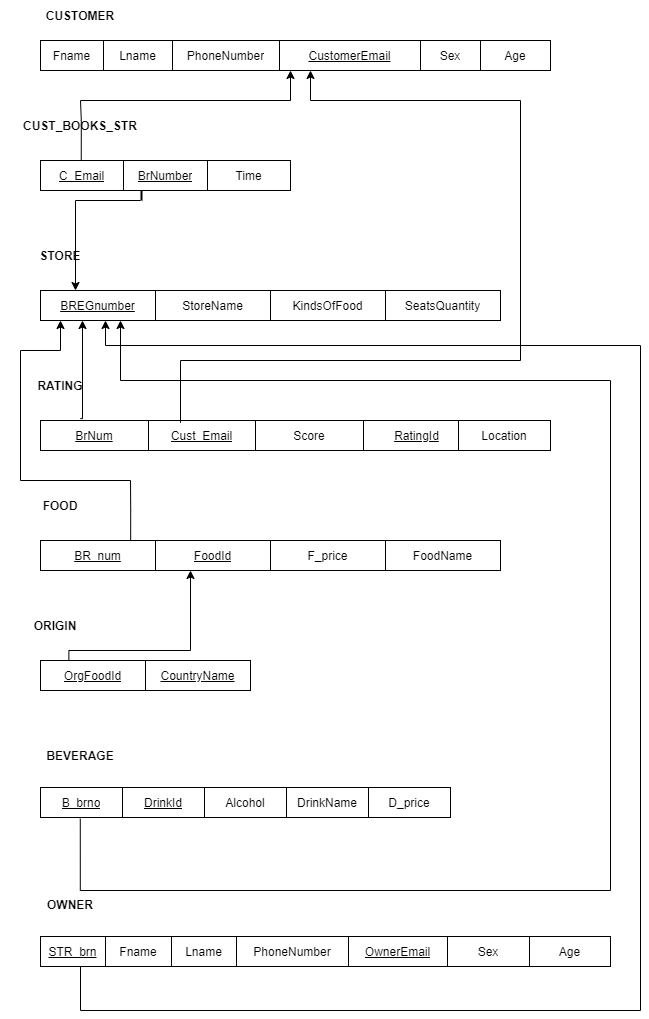
Earlier version of the draw.io export phase2_result/relationalModel.png (JoDongHyuen/KNUDB-20212). Source tidied: cells renumbered, new cells last; positions are measured from the earlier drawing's top-left corner, leaving out a move shared by most shapes.
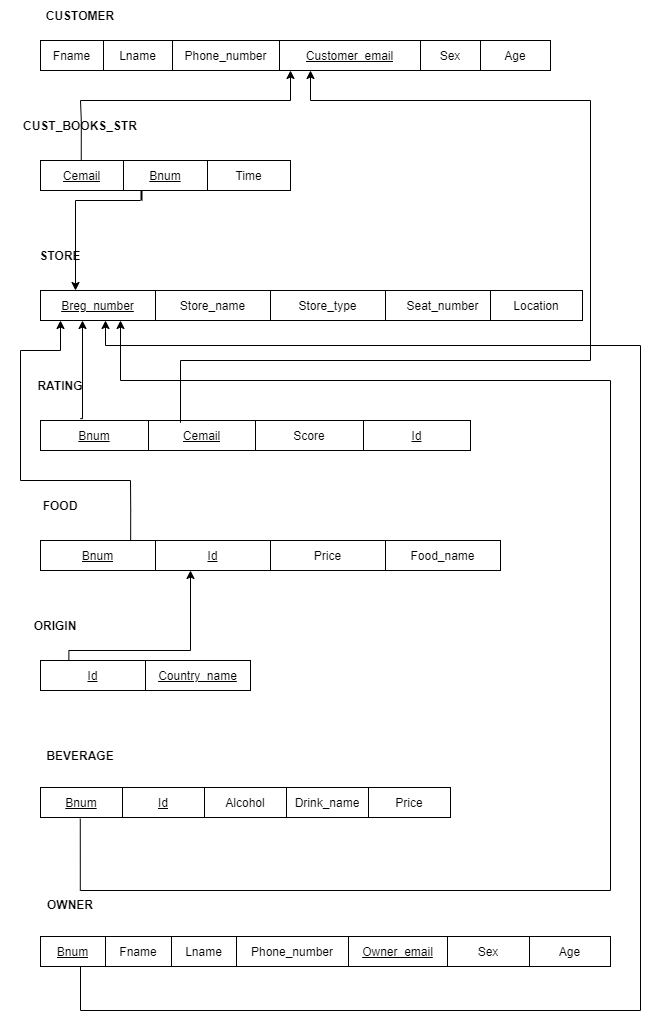
The same diagram one commit later.

Change to the diagram source:
```diff
@@ -17,10 +17,10 @@
     <mxCell id="6" value="Lname" style="shape=partialRectangle;html=1;whiteSpace=wrap;overflow=hidden;fillColor=none;top=0;left=0;bottom=0;right=0;" parent="4" vertex="1">
       <mxGeometry x="63" width="69" height="30" as="geometry" />
     </mxCell>
-    <mxCell id="7" value="PhoneNumber" style="shape=partialRectangle;html=1;whiteSpace=wrap;overflow=hidden;fillColor=none;top=0;left=0;bottom=0;right=0;" parent="4" vertex="1">
+    <mxCell id="7" value="Phone_number" style="shape=partialRectangle;html=1;whiteSpace=wrap;overflow=hidden;fillColor=none;top=0;left=0;bottom=0;right=0;" parent="4" vertex="1">
       <mxGeometry x="132" width="107" height="30" as="geometry" />
     </mxCell>
-    <mxCell id="8" value="CustomerEmail" style="shape=partialRectangle;html=1;whiteSpace=wrap;overflow=hidden;fillColor=none;top=0;left=0;bottom=0;right=0;fontStyle=4;" parent="4" vertex="1">
+    <mxCell id="8" value="Customer_email" style="shape=partialRectangle;html=1;whiteSpace=wrap;overflow=hidden;fillColor=none;top=0;left=0;bottom=0;right=0;fontStyle=4;" parent="4" vertex="1">
       <mxGeometry x="239" width="141" height="30" as="geometry" />
     </mxCell>
     <mxCell id="9" value="Sex" style="shape=partialRectangle;html=1;whiteSpace=wrap;overflow=hidden;fillColor=none;top=0;left=0;bottom=0;right=0;" parent="4" vertex="1">
@@ -38,10 +38,10 @@
     <mxCell id="13" style="shape=partialRectangle;fillColor=none;top=0;left=0;bottom=0;right=0;points=[[0,0.5],[1,0.5]];portConstraint=eastwest;" parent="12" vertex="1">
       <mxGeometry width="250" height="30" as="geometry" />
     </mxCell>
-    <mxCell id="14" value="C_Email" style="shape=partialRectangle;html=1;whiteSpace=wrap;overflow=hidden;fillColor=none;top=0;left=0;bottom=0;right=0;fontStyle=4;" parent="13" vertex="1">
+    <mxCell id="14" value="Cemail" style="shape=partialRectangle;html=1;whiteSpace=wrap;overflow=hidden;fillColor=none;top=0;left=0;bottom=0;right=0;fontStyle=4;" parent="13" vertex="1">
       <mxGeometry width="83" height="30" as="geometry" />
     </mxCell>
-    <mxCell id="15" value="BrNumber" style="shape=partialRectangle;html=1;whiteSpace=wrap;overflow=hidden;fillColor=none;top=0;left=0;bottom=0;right=0;fontStyle=4;" parent="13" vertex="1">
+    <mxCell id="15" value="Bnum" style="shape=partialRectangle;html=1;whiteSpace=wrap;overflow=hidden;fillColor=none;top=0;left=0;bottom=0;right=0;fontStyle=4;" parent="13" vertex="1">
       <mxGeometry x="83" width="84" height="30" as="geometry" />
     </mxCell>
     <mxCell id="16" value="Time" style="shape=partialRectangle;html=1;whiteSpace=wrap;overflow=hidden;fillColor=none;top=0;left=0;bottom=0;right=0;" parent="13" vertex="1">
@@ -53,16 +53,16 @@
     <mxCell id="18" style="shape=partialRectangle;fillColor=none;top=0;left=0;bottom=0;right=0;" parent="17" vertex="1">
       <mxGeometry width="460" height="30" as="geometry" />
     </mxCell>
-    <mxCell id="19" value="BREGnumber" style="shape=partialRectangle;html=1;whiteSpace=wrap;overflow=hidden;fillColor=none;top=0;left=0;bottom=0;right=0;fontStyle=4;" parent="18" vertex="1">
+    <mxCell id="19" value="Breg_number" style="shape=partialRectangle;html=1;whiteSpace=wrap;overflow=hidden;fillColor=none;top=0;left=0;bottom=0;right=0;fontStyle=4;" parent="18" vertex="1">
       <mxGeometry width="115" height="30" as="geometry" />
     </mxCell>
-    <mxCell id="20" value="StoreName" style="shape=partialRectangle;html=1;whiteSpace=wrap;overflow=hidden;fillColor=none;top=0;left=0;bottom=0;right=0;" parent="18" vertex="1">
+    <mxCell id="20" value="Store_name" style="shape=partialRectangle;html=1;whiteSpace=wrap;overflow=hidden;fillColor=none;top=0;left=0;bottom=0;right=0;" parent="18" vertex="1">
       <mxGeometry x="115" width="115" height="30" as="geometry" />
     </mxCell>
-    <mxCell id="21" value="KindsOfFood" style="shape=partialRectangle;html=1;whiteSpace=wrap;overflow=hidden;fillColor=none;top=0;left=0;bottom=0;right=0;" parent="18" vertex="1">
+    <mxCell id="21" value="Store_type" style="shape=partialRectangle;html=1;whiteSpace=wrap;overflow=hidden;fillColor=none;top=0;left=0;bottom=0;right=0;" parent="18" vertex="1">
       <mxGeometry x="230" width="115" height="30" as="geometry" />
     </mxCell>
-    <mxCell id="22" value="SeatsQuantity" style="shape=partialRectangle;html=1;whiteSpace=wrap;overflow=hidden;fillColor=none;top=0;left=0;bottom=0;right=0;" parent="18" vertex="1">
+    <mxCell id="22" value="Seat_number" style="shape=partialRectangle;html=1;whiteSpace=wrap;overflow=hidden;fillColor=none;top=0;left=0;bottom=0;right=0;" parent="18" vertex="1">
       <mxGeometry x="345" width="115" height="30" as="geometry" />
     </mxCell>
     <mxCell id="23" value="STORE" style="text;html=1;strokeColor=none;fillColor=none;align=center;verticalAlign=middle;whiteSpace=wrap;rounded=0;fontStyle=1;" parent="1" vertex="1">
@@ -74,16 +74,16 @@
     <mxCell id="25" style="shape=partialRectangle;fillColor=none;top=0;left=0;bottom=0;right=0;" parent="24" vertex="1">
       <mxGeometry width="430" height="30" as="geometry" />
     </mxCell>
-    <mxCell id="26" value="BrNum" style="shape=partialRectangle;html=1;whiteSpace=wrap;overflow=hidden;fillColor=none;top=0;left=0;bottom=0;right=0;fontStyle=4;" parent="25" vertex="1">
+    <mxCell id="26" value="Bnum" style="shape=partialRectangle;html=1;whiteSpace=wrap;overflow=hidden;fillColor=none;top=0;left=0;bottom=0;right=0;fontStyle=4;" parent="25" vertex="1">
       <mxGeometry width="108" height="30" as="geometry" />
     </mxCell>
-    <mxCell id="27" value="Cust_Email" style="shape=partialRectangle;html=1;whiteSpace=wrap;overflow=hidden;fillColor=none;top=0;left=0;bottom=0;right=0;fontStyle=4;" parent="25" vertex="1">
+    <mxCell id="27" value="Cemail" style="shape=partialRectangle;html=1;whiteSpace=wrap;overflow=hidden;fillColor=none;top=0;left=0;bottom=0;right=0;fontStyle=4;" parent="25" vertex="1">
       <mxGeometry x="108" width="107" height="30" as="geometry" />
     </mxCell>
     <mxCell id="28" value="Score" style="shape=partialRectangle;html=1;whiteSpace=wrap;overflow=hidden;fillColor=none;top=0;left=0;bottom=0;right=0;" parent="25" vertex="1">
       <mxGeometry x="215" width="108" height="30" as="geometry" />
     </mxCell>
-    <mxCell id="29" value="RatingId" style="shape=partialRectangle;html=1;whiteSpace=wrap;overflow=hidden;fillColor=none;top=0;left=0;bottom=0;right=0;fontStyle=4;" parent="25" vertex="1">
+    <mxCell id="29" value="Id" style="shape=partialRectangle;html=1;whiteSpace=wrap;overflow=hidden;fillColor=none;top=0;left=0;bottom=0;right=0;fontStyle=4;" parent="25" vertex="1">
       <mxGeometry x="323" width="107" height="30" as="geometry" />
     </mxCell>
     <mxCell id="30" value="RATING" style="text;html=1;strokeColor=none;fillColor=none;align=center;verticalAlign=middle;whiteSpace=wrap;rounded=0;fontStyle=1;" parent="1" vertex="1">
@@ -95,16 +95,16 @@
     <mxCell id="32" style="shape=partialRectangle;fillColor=none;top=0;left=0;bottom=0;right=0;points=[[0,0.5],[1,0.5]];portConstraint=eastwest;" parent="31" vertex="1">
       <mxGeometry width="460" height="30" as="geometry" />
     </mxCell>
-    <mxCell id="33" value="BR_num" style="shape=partialRectangle;html=1;whiteSpace=wrap;overflow=hidden;fillColor=none;top=0;left=0;bottom=0;right=0;fontStyle=4;" parent="32" vertex="1">
+    <mxCell id="33" value="Bnum" style="shape=partialRectangle;html=1;whiteSpace=wrap;overflow=hidden;fillColor=none;top=0;left=0;bottom=0;right=0;fontStyle=4;" parent="32" vertex="1">
       <mxGeometry width="115" height="30" as="geometry" />
     </mxCell>
-    <mxCell id="34" value="FoodId" style="shape=partialRectangle;html=1;whiteSpace=wrap;overflow=hidden;fillColor=none;top=0;left=0;bottom=0;right=0;fontStyle=4;" parent="32" vertex="1">
+    <mxCell id="34" value="Id" style="shape=partialRectangle;html=1;whiteSpace=wrap;overflow=hidden;fillColor=none;top=0;left=0;bottom=0;right=0;fontStyle=4;" parent="32" vertex="1">
       <mxGeometry x="115" width="115" height="30" as="geometry" />
     </mxCell>
-    <mxCell id="35" value="F_price" style="shape=partialRectangle;html=1;whiteSpace=wrap;overflow=hidden;fillColor=none;top=0;left=0;bottom=0;right=0;" parent="32" vertex="1">
+    <mxCell id="35" value="Price" style="shape=partialRectangle;html=1;whiteSpace=wrap;overflow=hidden;fillColor=none;top=0;left=0;bottom=0;right=0;" parent="32" vertex="1">
       <mxGeometry x="230" width="115" height="30" as="geometry" />
     </mxCell>
-    <mxCell id="36" value="FoodName" style="shape=partialRectangle;html=1;whiteSpace=wrap;overflow=hidden;fillColor=none;top=0;left=0;bottom=0;right=0;fontStyle=0;" parent="32" vertex="1">
+    <mxCell id="36" value="Food_name" style="shape=partialRectangle;html=1;whiteSpace=wrap;overflow=hidden;fillColor=none;top=0;left=0;bottom=0;right=0;fontStyle=0;" parent="32" vertex="1">
       <mxGeometry x="345" width="115" height="30" as="geometry" />
     </mxCell>
     <mxCell id="37" value="FOOD" style="text;html=1;strokeColor=none;fillColor=none;align=center;verticalAlign=middle;whiteSpace=wrap;rounded=0;fontStyle=1;" parent="1" vertex="1">
@@ -119,10 +119,10 @@
     <mxCell id="40" style="shape=partialRectangle;fillColor=none;top=0;left=0;bottom=0;right=0;points=[[0,0.5],[1,0.5]];portConstraint=eastwest;" parent="39" vertex="1">
       <mxGeometry width="210" height="30" as="geometry" />
     </mxCell>
-    <mxCell id="41" value="OrgFoodId" style="shape=partialRectangle;html=1;whiteSpace=wrap;overflow=hidden;fillColor=none;top=0;left=0;bottom=0;right=0;fontStyle=4;" parent="40" vertex="1">
+    <mxCell id="41" value="Id" style="shape=partialRectangle;html=1;whiteSpace=wrap;overflow=hidden;fillColor=none;top=0;left=0;bottom=0;right=0;fontStyle=4;" parent="40" vertex="1">
       <mxGeometry width="105" height="30" as="geometry" />
     </mxCell>
-    <mxCell id="42" value="CountryName" style="shape=partialRectangle;html=1;whiteSpace=wrap;overflow=hidden;fillColor=none;top=0;left=0;bottom=0;right=0;fontStyle=4;" parent="40" vertex="1">
+    <mxCell id="42" value="Country_name" style="shape=partialRectangle;html=1;whiteSpace=wrap;overflow=hidden;fillColor=none;top=0;left=0;bottom=0;right=0;fontStyle=4;" parent="40" vertex="1">
       <mxGeometry x="105" width="105" height="30" as="geometry" />
     </mxCell>
     <mxCell id="43" value="BEVERAGE" style="text;html=1;strokeColor=none;fillColor=none;align=center;verticalAlign=middle;whiteSpace=wrap;rounded=0;fontStyle=1;" parent="1" vertex="1">
@@ -134,19 +134,19 @@
     <mxCell id="45" style="shape=partialRectangle;fillColor=none;top=0;left=0;bottom=0;right=0;points=[[0,0.5],[1,0.5]];portConstraint=eastwest;" parent="44" vertex="1">
       <mxGeometry width="410" height="30" as="geometry" />
     </mxCell>
-    <mxCell id="46" value="B_brno" style="shape=partialRectangle;html=1;whiteSpace=wrap;overflow=hidden;fillColor=none;top=0;left=0;bottom=0;right=0;fontStyle=4;" parent="45" vertex="1">
+    <mxCell id="46" value="Bnum" style="shape=partialRectangle;html=1;whiteSpace=wrap;overflow=hidden;fillColor=none;top=0;left=0;bottom=0;right=0;fontStyle=4;" parent="45" vertex="1">
       <mxGeometry width="82" height="30" as="geometry" />
     </mxCell>
-    <mxCell id="47" value="DrinkId" style="shape=partialRectangle;html=1;whiteSpace=wrap;overflow=hidden;fillColor=none;top=0;left=0;bottom=0;right=0;fontStyle=4;" parent="45" vertex="1">
+    <mxCell id="47" value="Id" style="shape=partialRectangle;html=1;whiteSpace=wrap;overflow=hidden;fillColor=none;top=0;left=0;bottom=0;right=0;fontStyle=4;" parent="45" vertex="1">
       <mxGeometry x="82" width="82" height="30" as="geometry" />
     </mxCell>
     <mxCell id="48" value="Alcohol" style="shape=partialRectangle;html=1;whiteSpace=wrap;overflow=hidden;fillColor=none;top=0;left=0;bottom=0;right=0;" parent="45" vertex="1">
       <mxGeometry x="164" width="82" height="30" as="geometry" />
     </mxCell>
-    <mxCell id="49" value="DrinkName" style="shape=partialRectangle;html=1;whiteSpace=wrap;overflow=hidden;fillColor=none;top=0;left=0;bottom=0;right=0;" parent="45" vertex="1">
+    <mxCell id="49" value="Drink_name" style="shape=partialRectangle;html=1;whiteSpace=wrap;overflow=hidden;fillColor=none;top=0;left=0;bottom=0;right=0;" parent="45" vertex="1">
       <mxGeometry x="246" width="82" height="30" as="geometry" />
     </mxCell>
-    <mxCell id="50" value="D_price" style="shape=partialRectangle;html=1;whiteSpace=wrap;overflow=hidden;fillColor=none;top=0;left=0;bottom=0;right=0;" parent="45" vertex="1">
+    <mxCell id="50" value="Price" style="shape=partialRectangle;html=1;whiteSpace=wrap;overflow=hidden;fillColor=none;top=0;left=0;bottom=0;right=0;" parent="45" vertex="1">
       <mxGeometry x="328" width="82" height="30" as="geometry" />
     </mxCell>
     <mxCell id="51" style="shape=table;startSize=0;" parent="1" vertex="1">
@@ -155,7 +155,7 @@
     <mxCell id="52" style="shape=partialRectangle;fillColor=none;top=0;left=0;bottom=0;right=0;" parent="51" vertex="1">
       <mxGeometry width="570" height="30" as="geometry" />
     </mxCell>
-    <mxCell id="53" value="STR_brn" style="shape=partialRectangle;html=1;whiteSpace=wrap;overflow=hidden;fillColor=none;top=0;left=0;bottom=0;right=0;fontStyle=4;" parent="52" vertex="1">
+    <mxCell id="53" value="Bnum" style="shape=partialRectangle;html=1;whiteSpace=wrap;overflow=hidden;fillColor=none;top=0;left=0;bottom=0;right=0;fontStyle=4;" parent="52" vertex="1">
       <mxGeometry width="65" height="30" as="geometry" />
     </mxCell>
     <mxCell id="54" value="Fname" style="shape=partialRectangle;html=1;whiteSpace=wrap;overflow=hidden;fillColor=none;top=0;left=0;bottom=0;right=0;" parent="52" vertex="1">
@@ -164,10 +164,10 @@
     <mxCell id="55" value="Lname" style="shape=partialRectangle;html=1;whiteSpace=wrap;overflow=hidden;fillColor=none;top=0;left=0;bottom=0;right=0;" parent="52" vertex="1">
       <mxGeometry x="131" width="65" height="30" as="geometry" />
     </mxCell>
-    <mxCell id="56" value="PhoneNumber" style="shape=partialRectangle;html=1;whiteSpace=wrap;overflow=hidden;fillColor=none;top=0;left=0;bottom=0;right=0;" parent="52" vertex="1">
+    <mxCell id="56" value="Phone_number" style="shape=partialRectangle;html=1;whiteSpace=wrap;overflow=hidden;fillColor=none;top=0;left=0;bottom=0;right=0;" parent="52" vertex="1">
       <mxGeometry x="196" width="112" height="30" as="geometry" />
     </mxCell>
-    <mxCell id="57" value="OwnerEmail" style="shape=partialRectangle;html=1;whiteSpace=wrap;overflow=hidden;fillColor=none;top=0;left=0;bottom=0;right=0;fontStyle=4;" parent="52" vertex="1">
+    <mxCell id="57" value="Owner_email" style="shape=partialRectangle;html=1;whiteSpace=wrap;overflow=hidden;fillColor=none;top=0;left=0;bottom=0;right=0;fontStyle=4;" parent="52" vertex="1">
       <mxGeometry x="308" width="99" height="30" as="geometry" />
     </mxCell>
     <mxCell id="58" value="Sex" style="shape=partialRectangle;html=1;whiteSpace=wrap;overflow=hidden;fillColor=none;top=0;left=0;bottom=0;right=0;" parent="52" vertex="1">
@@ -180,7 +180,7 @@
       <mxGeometry y="889" width="140" height="30" as="geometry" />
     </mxCell>
     <mxCell id="61" value="Location" style="rounded=0;whiteSpace=wrap;html=1;" parent="1" vertex="1">
-      <mxGeometry x="458" y="420" width="92" height="30" as="geometry" />
+      <mxGeometry x="490" y="290" width="92" height="30" as="geometry" />
     </mxCell>
     <mxCell id="62" style="endArrow=classic;html=1;rounded=0;edgeStyle=orthogonalEdgeStyle;exitX=0.163;exitY=0.006;exitDx=0;exitDy=0;exitPerimeter=0;" parent="1" edge="1" source="13">
       <mxGeometry relative="1" as="geometry">
@@ -210,7 +210,7 @@
     </mxCell>
     <mxCell id="66" style="edgeStyle=elbowEdgeStyle;elbow=vertical;endArrow=classic;html=1;rounded=0;" parent="1" edge="1">
       <mxGeometry relative="1" as="geometry">
-        <mxPoint x="520" y="360" as="sourcePoint" />
+        <mxPoint x="590" y="360" as="sourcePoint" />
         <mxPoint x="310" y="70" as="targetPoint" />
         <Array as="points">
           <mxPoint x="420" y="100" />
@@ -221,7 +221,7 @@
     <mxCell id="67" style="endArrow=none;html=1;rounded=0;edgeStyle=orthogonalEdgeStyle;" parent="1" edge="1">
       <mxGeometry relative="1" as="geometry">
         <mxPoint x="180" y="420" as="sourcePoint" />
-        <mxPoint x="520" y="360" as="targetPoint" />
+        <mxPoint x="590" y="360" as="targetPoint" />
         <Array as="points">
           <mxPoint x="180" y="422" />
           <mxPoint x="180" y="360" />
```
